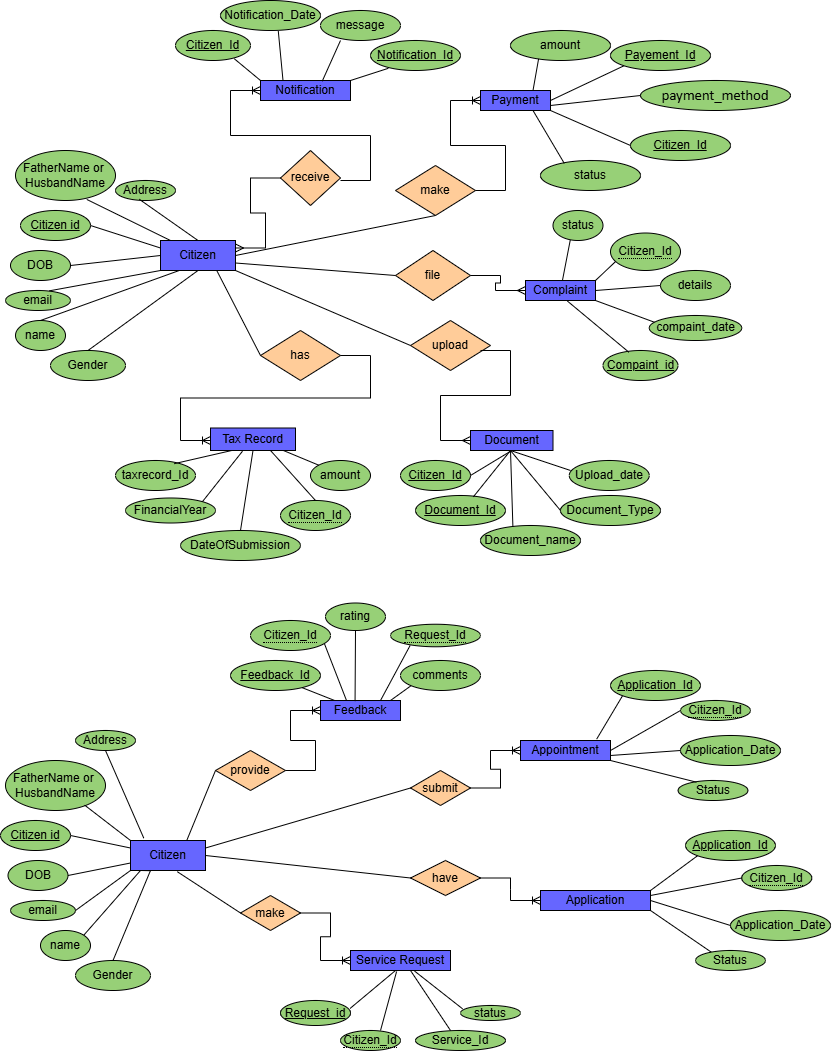
Above: ERDiagram-Page-1.drawio.png in ThembarthiAkshaya/E-governance-System (draw.io), before the change. Source tidied: cells renumbered, new cells last; positions are measured from the earlier drawing's top-left corner, leaving out a move shared by most shapes.
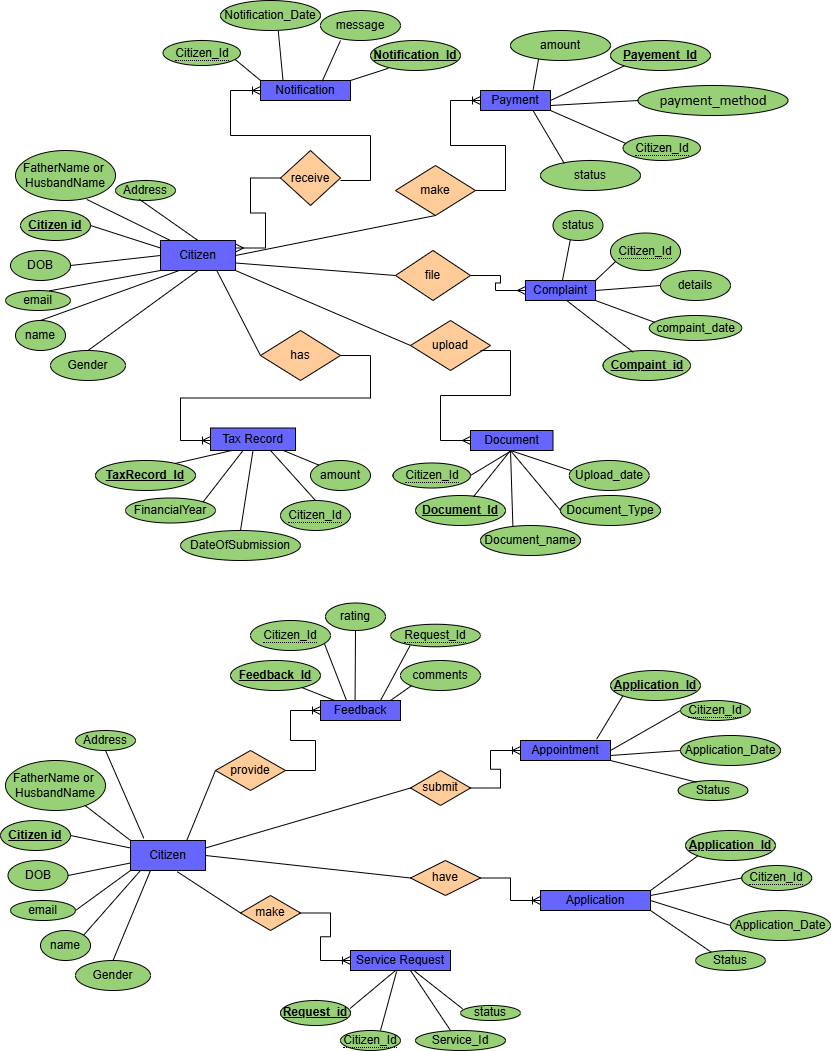
The same diagram one commit later.

Change to the diagram source:
```diff
@@ -5,7 +5,7 @@
     <mxCell id="2" value="Citizen" style="rounded=0;whiteSpace=wrap;html=1;fillColor=#6666FF;" parent="1" vertex="1">
       <mxGeometry x="160" y="240" width="75" height="30" as="geometry" />
     </mxCell>
-    <mxCell id="3" value="Citizen id" style="ellipse;whiteSpace=wrap;html=1;align=center;fontStyle=4;fillColor=#97D077;" parent="1" vertex="1">
+    <mxCell id="3" value="&lt;b&gt;Citizen id&lt;/b&gt;" style="ellipse;whiteSpace=wrap;html=1;align=center;fontStyle=4;fillColor=#97D077;" parent="1" vertex="1">
       <mxGeometry x="20" y="210" width="70" height="30" as="geometry" />
     </mxCell>
     <mxCell id="4" value="name" style="ellipse;whiteSpace=wrap;html=1;align=center;fillColor=#97D077;" parent="1" vertex="1">
@@ -50,18 +50,15 @@
     <mxCell id="17" value="Payment" style="rounded=0;whiteSpace=wrap;html=1;fillColor=#6666FF;" parent="1" vertex="1">
       <mxGeometry x="480" y="90" width="70" height="20" as="geometry" />
     </mxCell>
-    <mxCell id="18" value="Payement_Id" style="ellipse;whiteSpace=wrap;html=1;align=center;fontStyle=4;fillColor=#97D077;" parent="1" vertex="1">
+    <mxCell id="18" value="&lt;b&gt;Payement_Id&lt;/b&gt;" style="ellipse;whiteSpace=wrap;html=1;align=center;fontStyle=4;fillColor=#97D077;" parent="1" vertex="1">
       <mxGeometry x="610" y="40" width="100" height="30" as="geometry" />
     </mxCell>
     <mxCell id="19" value="&lt;font face=&quot;Calibri, sans-serif&quot;&gt;&lt;span style=&quot;font-size: 14.6667px;&quot;&gt;payment_method&lt;/span&gt;&lt;/font&gt;" style="ellipse;whiteSpace=wrap;html=1;align=center;fillColor=#97D077;" parent="1" vertex="1">
-      <mxGeometry x="640" y="80" width="150" height="30" as="geometry" />
+      <mxGeometry x="637.5" y="85" width="150" height="30" as="geometry" />
     </mxCell>
     <mxCell id="20" value="status" style="ellipse;whiteSpace=wrap;html=1;align=center;fillColor=#97D077;" parent="1" vertex="1">
       <mxGeometry x="540" y="160" width="100" height="30" as="geometry" />
     </mxCell>
-    <mxCell id="21" value="Citizen_Id" style="ellipse;whiteSpace=wrap;html=1;align=center;fontStyle=4;fillColor=#97D077;" parent="1" vertex="1">
-      <mxGeometry x="630" y="130" width="100" height="30" as="geometry" />
-    </mxCell>
     <mxCell id="22" value="amount" style="ellipse;whiteSpace=wrap;html=1;align=center;fillColor=#97D077;" parent="1" vertex="1">
       <mxGeometry x="510" y="30" width="100" height="30" as="geometry" />
     </mxCell>
@@ -77,8 +74,10 @@
     <mxCell id="26" style="endArrow=none;html=1;rounded=0;entryX=0;entryY=0.5;entryDx=0;entryDy=0;exitX=1;exitY=0.75;exitDx=0;exitDy=0;" parent="1" edge="1" source="17" target="19">
       <mxGeometry relative="1" as="geometry" />
     </mxCell>
-    <mxCell id="27" style="endArrow=none;html=1;rounded=0;entryX=0;entryY=0.5;entryDx=0;entryDy=0;exitX=1;exitY=1;exitDx=0;exitDy=0;" parent="1" edge="1" source="17" target="21">
-      <mxGeometry relative="1" as="geometry" />
+    <mxCell id="27" style="endArrow=none;html=1;rounded=0;entryX=0;entryY=0.5;entryDx=0;entryDy=0;exitX=1;exitY=1;exitDx=0;exitDy=0;" parent="1" edge="1" source="17">
+      <mxGeometry relative="1" as="geometry">
+        <mxPoint x="630" y="145" as="targetPoint" />
+      </mxGeometry>
     </mxCell>
     <mxCell id="28" value="status" style="ellipse;whiteSpace=wrap;html=1;align=center;fillColor=#97D077;" parent="1" vertex="1">
       <mxGeometry x="552.5" y="210" width="50" height="30" as="geometry" />
@@ -95,8 +94,8 @@
     <mxCell id="32" value="&lt;span style=&quot;border-bottom: 1px dotted&quot;&gt;Citizen_Id&lt;/span&gt;" style="ellipse;whiteSpace=wrap;html=1;align=center;fillColor=#97D077;" parent="1" vertex="1">
       <mxGeometry x="610" y="232.5" width="70" height="37.5" as="geometry" />
     </mxCell>
-    <mxCell id="33" value="Compaint_id" style="ellipse;whiteSpace=wrap;html=1;align=center;fontStyle=4;fillColor=#97D077;" parent="1" vertex="1">
-      <mxGeometry x="602.5" y="350" width="75" height="30" as="geometry" />
+    <mxCell id="33" value="&lt;b&gt;Compaint_id&lt;/b&gt;" style="ellipse;whiteSpace=wrap;html=1;align=center;fontStyle=4;fillColor=#97D077;" parent="1" vertex="1">
+      <mxGeometry x="602.5" y="350" width="87.5" height="30" as="geometry" />
     </mxCell>
     <mxCell id="34" style="endArrow=none;html=1;rounded=0;entryX=0.07;entryY=0.766;entryDx=0;entryDy=0;entryPerimeter=0;exitX=1;exitY=0;exitDx=0;exitDy=0;" parent="1" edge="1" source="38" target="32">
       <mxGeometry relative="1" as="geometry" />
@@ -116,20 +115,19 @@
     <mxCell id="39" value="Notification" style="rounded=0;whiteSpace=wrap;html=1;fillColor=#6666FF;" parent="1" vertex="1">
       <mxGeometry x="260" y="80" width="90" height="20" as="geometry" />
     </mxCell>
-    <mxCell id="40" value="Citizen_Id" style="ellipse;whiteSpace=wrap;html=1;align=center;fontStyle=4;fillColor=#97D077;" parent="1" vertex="1">
-      <mxGeometry x="175" y="30" width="75" height="30" as="geometry" />
-    </mxCell>
     <mxCell id="41" value="Notification_Date" style="ellipse;whiteSpace=wrap;html=1;align=center;fillColor=#97D077;" parent="1" vertex="1">
       <mxGeometry x="220" width="100" height="30" as="geometry" />
     </mxCell>
-    <mxCell id="42" value="Notification_Id" style="ellipse;whiteSpace=wrap;html=1;align=center;fontStyle=4;fillColor=#97D077;" parent="1" vertex="1">
+    <mxCell id="42" value="&lt;b&gt;Notification_Id&lt;/b&gt;" style="ellipse;whiteSpace=wrap;html=1;align=center;fontStyle=4;fillColor=#97D077;" parent="1" vertex="1">
       <mxGeometry x="370" y="40" width="90" height="30" as="geometry" />
     </mxCell>
     <mxCell id="43" value="message" style="ellipse;whiteSpace=wrap;html=1;align=center;fillColor=#97D077;" parent="1" vertex="1">
       <mxGeometry x="320" y="10" width="80" height="30" as="geometry" />
     </mxCell>
-    <mxCell id="44" style="endArrow=none;html=1;rounded=0;entryX=0.784;entryY=0.942;entryDx=0;entryDy=0;entryPerimeter=0;exitX=0;exitY=0;exitDx=0;exitDy=0;" parent="1" edge="1" source="39" target="40">
-      <mxGeometry relative="1" as="geometry" />
+    <mxCell id="44" style="endArrow=none;html=1;rounded=0;entryX=0.784;entryY=0.942;entryDx=0;entryDy=0;entryPerimeter=0;exitX=0;exitY=0;exitDx=0;exitDy=0;" parent="1" edge="1" source="39">
+      <mxGeometry relative="1" as="geometry">
+        <mxPoint x="233.8" y="58.3" as="targetPoint" />
+      </mxGeometry>
     </mxCell>
     <mxCell id="45" style="endArrow=none;html=1;rounded=0;entryX=0.578;entryY=1.023;entryDx=0;entryDy=0;entryPerimeter=0;exitX=0.25;exitY=0;exitDx=0;exitDy=0;" parent="1" edge="1" source="39" target="41">
       <mxGeometry relative="1" as="geometry" />
@@ -152,14 +150,13 @@
     <mxCell id="51" value="Upload_date" style="ellipse;whiteSpace=wrap;html=1;align=center;fillColor=#97D077;" parent="1" vertex="1">
       <mxGeometry x="568.8" y="460" width="80" height="30" as="geometry" />
     </mxCell>
-    <mxCell id="52" value="Document_Id" style="ellipse;whiteSpace=wrap;html=1;align=center;fontStyle=4;fillColor=#97D077;" parent="1" vertex="1">
+    <mxCell id="52" value="&lt;b&gt;Document_Id&lt;/b&gt;" style="ellipse;whiteSpace=wrap;html=1;align=center;fontStyle=4;fillColor=#97D077;" parent="1" vertex="1">
       <mxGeometry x="415" y="495" width="90" height="30" as="geometry" />
     </mxCell>
-    <mxCell id="53" value="Citizen_Id" style="ellipse;whiteSpace=wrap;html=1;align=center;fontStyle=4;fillColor=#97D077;" parent="1" vertex="1">
-      <mxGeometry x="400" y="460" width="70" height="30" as="geometry" />
-    </mxCell>
-    <mxCell id="54" style="endArrow=none;html=1;rounded=0;entryX=0.5;entryY=1;entryDx=0;entryDy=0;exitX=1;exitY=0.5;exitDx=0;exitDy=0;" parent="1" edge="1" source="53" target="48">
-      <mxGeometry relative="1" as="geometry" />
+    <mxCell id="54" style="endArrow=none;html=1;rounded=0;entryX=0.5;entryY=1;entryDx=0;entryDy=0;exitX=1;exitY=0.5;exitDx=0;exitDy=0;" parent="1" edge="1" target="48">
+      <mxGeometry relative="1" as="geometry">
+        <mxPoint x="470" y="475" as="sourcePoint" />
+      </mxGeometry>
     </mxCell>
     <mxCell id="55" style="endArrow=none;html=1;rounded=0;exitX=0.643;exitY=0.044;exitDx=0;exitDy=0;exitPerimeter=0;" parent="1" edge="1" source="52">
       <mxGeometry relative="1" as="geometry">
@@ -184,9 +181,6 @@
     <mxCell id="59" value="Tax Record" style="rounded=0;whiteSpace=wrap;html=1;fillColor=#6666FF;" parent="1" vertex="1">
       <mxGeometry x="210" y="427.5" width="85" height="22.5" as="geometry" />
     </mxCell>
-    <mxCell id="60" value="taxrecord_Id" style="ellipse;whiteSpace=wrap;html=1;align=center;fillColor=#97D077;" parent="1" vertex="1">
-      <mxGeometry x="115" y="460" width="80" height="30" as="geometry" />
-    </mxCell>
     <mxCell id="61" value="&lt;span style=&quot;border-bottom: 1px dotted&quot;&gt;Citizen_Id&lt;/span&gt;" style="ellipse;whiteSpace=wrap;html=1;align=center;fillColor=#97D077;" parent="1" vertex="1">
       <mxGeometry x="280" y="500" width="70" height="30" as="geometry" />
     </mxCell>
@@ -213,8 +207,10 @@
     <mxCell id="68" style="endArrow=none;html=1;rounded=0;entryX=0.376;entryY=1.033;entryDx=0;entryDy=0;entryPerimeter=0;exitX=1;exitY=0;exitDx=0;exitDy=0;" parent="1" edge="1" source="64" target="59">
       <mxGeometry relative="1" as="geometry" />
     </mxCell>
-    <mxCell id="69" style="endArrow=none;html=1;rounded=0;entryX=0.25;entryY=1;entryDx=0;entryDy=0;exitX=0.734;exitY=0.106;exitDx=0;exitDy=0;exitPerimeter=0;" parent="1" edge="1" source="60" target="59">
-      <mxGeometry relative="1" as="geometry" />
+    <mxCell id="69" style="endArrow=none;html=1;rounded=0;entryX=0.25;entryY=1;entryDx=0;entryDy=0;exitX=0.734;exitY=0.106;exitDx=0;exitDy=0;exitPerimeter=0;" parent="1" edge="1" target="59">
+      <mxGeometry relative="1" as="geometry">
+        <mxPoint x="173.7" y="463.2" as="sourcePoint" />
+      </mxGeometry>
     </mxCell>
     <mxCell id="70" value="make" style="rhombus;whiteSpace=wrap;html=1;fillColor=#FFCC99;" parent="1" vertex="1">
       <mxGeometry x="395" y="165" width="80" height="50" as="geometry" />
@@ -285,7 +281,7 @@
     <mxCell id="87" value="FatherName or&amp;nbsp;&lt;br&gt;HusbandName" style="ellipse;whiteSpace=wrap;html=1;align=center;fillColor=#97D077;" parent="1" vertex="1">
       <mxGeometry x="5" y="760" width="100" height="50" as="geometry" />
     </mxCell>
-    <mxCell id="88" value="Citizen id" style="ellipse;whiteSpace=wrap;html=1;align=center;fontStyle=4;fillColor=#97D077;" parent="1" vertex="1">
+    <mxCell id="88" value="&lt;b&gt;Citizen id&lt;/b&gt;" style="ellipse;whiteSpace=wrap;html=1;align=center;fontStyle=4;fillColor=#97D077;" parent="1" vertex="1">
       <mxGeometry y="820" width="70" height="30" as="geometry" />
     </mxCell>
     <mxCell id="89" value="DOB" style="ellipse;whiteSpace=wrap;html=1;align=center;fillColor=#97D077;" parent="1" vertex="1">
@@ -303,7 +299,7 @@
     <mxCell id="93" value="Feedback" style="rounded=0;whiteSpace=wrap;html=1;fillColor=#6666FF;" parent="1" vertex="1">
       <mxGeometry x="320" y="700" width="80" height="20" as="geometry" />
     </mxCell>
-    <mxCell id="94" value="Feedback_Id" style="ellipse;whiteSpace=wrap;html=1;align=center;fontStyle=4;fillColor=#97D077;" parent="1" vertex="1">
+    <mxCell id="94" value="&lt;b&gt;Feedback_Id&lt;/b&gt;" style="ellipse;whiteSpace=wrap;html=1;align=center;fontStyle=4;fillColor=#97D077;" parent="1" vertex="1">
       <mxGeometry x="230" y="660" width="90" height="30" as="geometry" />
     </mxCell>
     <mxCell id="95" value="&lt;span style=&quot;border-bottom: 1px dotted&quot;&gt;Citizen_Id&lt;/span&gt;" style="ellipse;whiteSpace=wrap;html=1;align=center;fillColor=#97D077;" parent="1" vertex="1">
@@ -321,7 +317,7 @@
     <mxCell id="99" value="Appointment" style="rounded=0;whiteSpace=wrap;html=1;fillColor=#6666FF;" parent="1" vertex="1">
       <mxGeometry x="520" y="740" width="90" height="20" as="geometry" />
     </mxCell>
-    <mxCell id="100" value="Application_Id" style="ellipse;whiteSpace=wrap;html=1;align=center;fontStyle=4;fillColor=#97D077;" parent="1" vertex="1">
+    <mxCell id="100" value="&lt;b&gt;Application_Id&lt;/b&gt;" style="ellipse;whiteSpace=wrap;html=1;align=center;fontStyle=4;fillColor=#97D077;" parent="1" vertex="1">
       <mxGeometry x="610" y="670" width="90" height="30" as="geometry" />
     </mxCell>
     <mxCell id="101" value="&lt;span style=&quot;border-bottom: 1px dotted&quot;&gt;Citizen_Id&lt;/span&gt;" style="ellipse;whiteSpace=wrap;html=1;align=center;fillColor=#97D077;" parent="1" vertex="1">
@@ -350,7 +346,7 @@
     <mxCell id="108" value="Application" style="rounded=0;whiteSpace=wrap;html=1;fillColor=#6666FF;" parent="1" vertex="1">
       <mxGeometry x="540" y="890" width="110" height="20" as="geometry" />
     </mxCell>
-    <mxCell id="109" value="Application_Id" style="ellipse;whiteSpace=wrap;html=1;align=center;fontStyle=4;fillColor=#97D077;" parent="1" vertex="1">
+    <mxCell id="109" value="&lt;b&gt;Application_Id&lt;/b&gt;" style="ellipse;whiteSpace=wrap;html=1;align=center;fontStyle=4;fillColor=#97D077;" parent="1" vertex="1">
       <mxGeometry x="685" y="830" width="90" height="30" as="geometry" />
     </mxCell>
     <mxCell id="110" value="&lt;span style=&quot;border-bottom: 1px dotted&quot;&gt;Citizen_Id&lt;/span&gt;" style="ellipse;whiteSpace=wrap;html=1;align=center;fillColor=#97D077;" parent="1" vertex="1">
@@ -365,7 +361,7 @@
     <mxCell id="113" value="Service Request" style="rounded=0;whiteSpace=wrap;html=1;fillColor=#6666FF;" parent="1" vertex="1">
       <mxGeometry x="350" y="950" width="100" height="20" as="geometry" />
     </mxCell>
-    <mxCell id="114" value="Request_id" style="ellipse;whiteSpace=wrap;html=1;align=center;fontStyle=4;fillColor=#97D077;" parent="1" vertex="1">
+    <mxCell id="114" value="&lt;b&gt;Request_id&lt;/b&gt;" style="ellipse;whiteSpace=wrap;html=1;align=center;fontStyle=4;fillColor=#97D077;" parent="1" vertex="1">
       <mxGeometry x="280" y="1000" width="70" height="25" as="geometry" />
     </mxCell>
     <mxCell id="115" value="&lt;span style=&quot;border-bottom: 1px dotted&quot;&gt;Citizen_Id&lt;/span&gt;" style="ellipse;whiteSpace=wrap;html=1;align=center;fillColor=#97D077;" parent="1" vertex="1">
@@ -486,5 +482,17 @@
     <mxCell id="149" style="endArrow=none;html=1;rounded=0;exitX=0.624;exitY=1.04;exitDx=0;exitDy=0;exitPerimeter=0;entryX=0;entryY=0.5;entryDx=0;entryDy=0;" parent="1" edge="1" source="85" target="141">
       <mxGeometry relative="1" as="geometry" />
     </mxCell>
+    <mxCell id="150" value="&lt;span style=&quot;border-bottom: 1px dotted&quot;&gt;Citizen_Id&lt;/span&gt;" style="ellipse;whiteSpace=wrap;html=1;align=center;fillColor=#97D077;" parent="1" vertex="1">
+      <mxGeometry x="162.5" y="40" width="77.5" height="25" as="geometry" />
+    </mxCell>
+    <mxCell id="151" value="&lt;span style=&quot;border-bottom: 1px dotted&quot;&gt;Citizen_Id&lt;/span&gt;" style="ellipse;whiteSpace=wrap;html=1;align=center;fillColor=#97D077;" parent="1" vertex="1">
+      <mxGeometry x="622.5" y="135" width="77.5" height="25" as="geometry" />
+    </mxCell>
+    <mxCell id="152" value="&lt;span style=&quot;border-bottom: 1px dotted&quot;&gt;Citizen_Id&lt;/span&gt;" style="ellipse;whiteSpace=wrap;html=1;align=center;fillColor=#97D077;" parent="1" vertex="1">
+      <mxGeometry x="392.5" y="462.5" width="77.5" height="25" as="geometry" />
+    </mxCell>
+    <mxCell id="153" value="&lt;b&gt;TaxRecord_Id&lt;/b&gt;" style="ellipse;whiteSpace=wrap;html=1;align=center;fontStyle=4;fillColor=#97D077;" parent="1" vertex="1">
+      <mxGeometry x="95" y="460" width="100" height="30" as="geometry" />
+    </mxCell>
   </root>
 </mxGraphModel>
```
